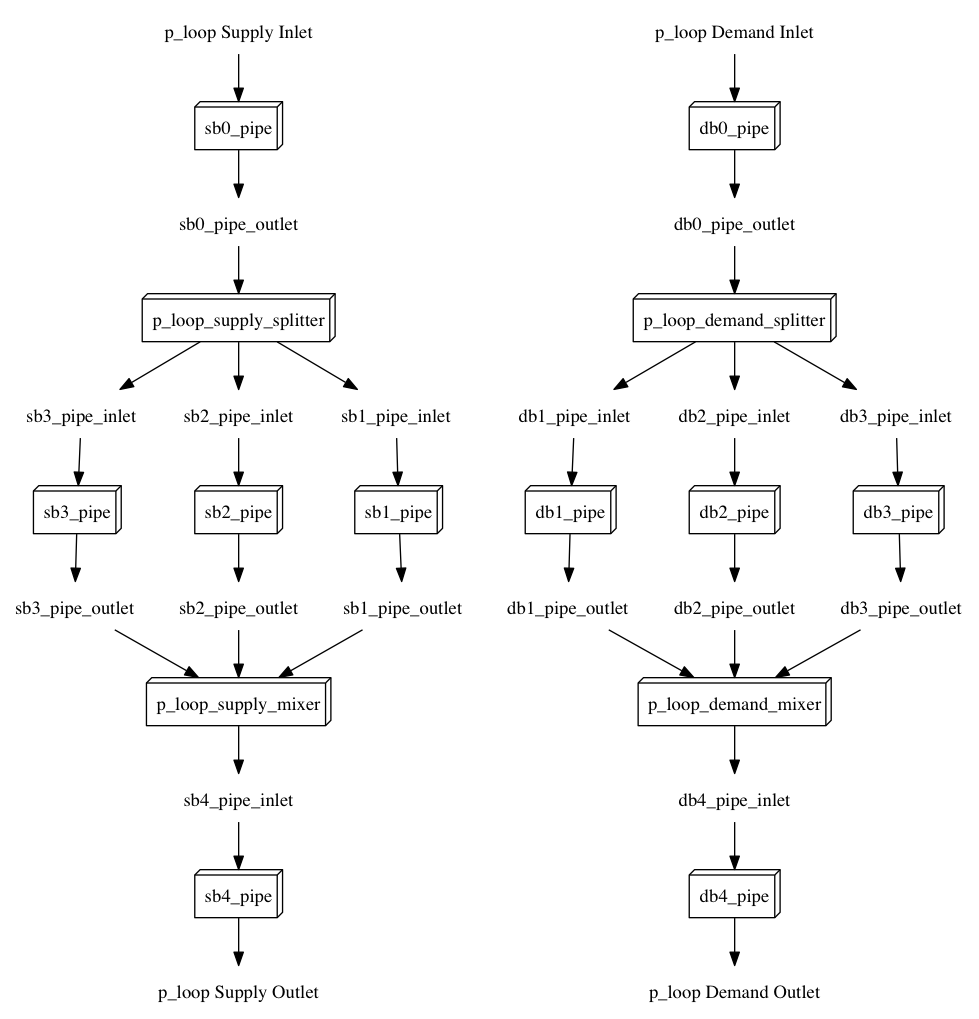
Above: eppy/resources/idffiles/V_7_2/plantloop.png in santoshphilip/eppy (Graphviz), before the change. Its source is kept beside it as eppy/resources/idffiles/V_7_2/plantloop.dot. Its diagram source:
```dot
digraph G {
sb1_pipe [shape=box3d, label=sb1_pipe];
sb3_pipe_outlet [shape=plaintext, label=sb3_pipe_outlet];
sb0_pipe [shape=box3d, label=sb0_pipe];
"p_loop Demand Outlet" [shape=plaintext, label="p_loop Demand Outlet"];
db1_pipe_inlet [shape=plaintext, label=db1_pipe_inlet];
p_loop_supply_splitter [shape=box3d, label=p_loop_supply_splitter];
db2_pipe [shape=box3d, label=db2_pipe];
db0_pipe [shape=box3d, label=db0_pipe];
sb0_pipe_outlet [shape=plaintext, label=sb0_pipe_outlet];
db1_pipe [shape=box3d, label=db1_pipe];
db0_pipe_outlet [shape=plaintext, label=db0_pipe_outlet];
"p_loop Supply Inlet" [shape=plaintext, label="p_loop Supply Inlet"];
sb3_pipe_inlet [shape=plaintext, label=sb3_pipe_inlet];
db1_pipe_outlet [shape=plaintext, label=db1_pipe_outlet];
p_loop_supply_mixer [shape=box3d, label=p_loop_supply_mixer];
db2_pipe_outlet [shape=plaintext, label=db2_pipe_outlet];
p_loop_demand_mixer [shape=box3d, label=p_loop_demand_mixer];
"p_loop Demand Inlet" [shape=plaintext, label="p_loop Demand Inlet"];
sb1_pipe_outlet [shape=plaintext, label=sb1_pipe_outlet];
p_loop_demand_splitter [shape=box3d, label=p_loop_demand_splitter];
sb3_pipe [shape=box3d, label=sb3_pipe];
db2_pipe_inlet [shape=plaintext, label=db2_pipe_inlet];
db4_pipe [shape=box3d, label=db4_pipe];
sb2_pipe [shape=box3d, label=sb2_pipe];
sb4_pipe [shape=box3d, label=sb4_pipe];
db3_pipe_inlet [shape=plaintext, label=db3_pipe_inlet];
"p_loop Supply Outlet" [shape=plaintext, label="p_loop Supply Outlet"];
sb2_pipe_inlet [shape=plaintext, label=sb2_pipe_inlet];
sb4_pipe_inlet [shape=plaintext, label=sb4_pipe_inlet];
sb2_pipe_outlet [shape=plaintext, label=sb2_pipe_outlet];
db4_pipe_inlet [shape=plaintext, label=db4_pipe_inlet];
db3_pipe [shape=box3d, label=db3_pipe];
sb1_pipe_inlet [shape=plaintext, label=sb1_pipe_inlet];
db3_pipe_outlet [shape=plaintext, label=db3_pipe_outlet];
"p_loop Supply Inlet" -> sb0_pipe;
sb0_pipe -> sb0_pipe_outlet;
sb1_pipe_inlet -> sb1_pipe;
sb1_pipe -> sb1_pipe_outlet;
sb2_pipe_inlet -> sb2_pipe;
sb2_pipe -> sb2_pipe_outlet;
sb3_pipe_inlet -> sb3_pipe;
sb3_pipe -> sb3_pipe_outlet;
sb4_pipe_inlet -> sb4_pipe;
sb4_pipe -> "p_loop Supply Outlet";
"p_loop Demand Inlet" -> db0_pipe;
db0_pipe -> db0_pipe_outlet;
db1_pipe_inlet -> db1_pipe;
db1_pipe -> db1_pipe_outlet;
db2_pipe_inlet -> db2_pipe;
db2_pipe -> db2_pipe_outlet;
db3_pipe_inlet -> db3_pipe;
db3_pipe -> db3_pipe_outlet;
db4_pipe_inlet -> db4_pipe;
db4_pipe -> "p_loop Demand Outlet";
sb0_pipe_outlet -> p_loop_supply_splitter;
p_loop_supply_splitter -> sb1_pipe_inlet;
p_loop_supply_splitter -> sb2_pipe_inlet;
p_loop_supply_splitter -> sb3_pipe_inlet;
db0_pipe_outlet -> p_loop_demand_splitter;
p_loop_demand_splitter -> db1_pipe_inlet;
p_loop_demand_splitter -> db2_pipe_inlet;
p_loop_demand_splitter -> db3_pipe_inlet;
p_loop_supply_mixer -> sb4_pipe_inlet;
sb1_pipe_outlet -> p_loop_supply_mixer;
sb2_pipe_outlet -> p_loop_supply_mixer;
sb3_pipe_outlet -> p_loop_supply_mixer;
p_loop_demand_mixer -> db4_pipe_inlet;
db1_pipe_outlet -> p_loop_demand_mixer;
db2_pipe_outlet -> p_loop_demand_mixer;
db3_pipe_outlet -> p_loop_demand_mixer;
}
```
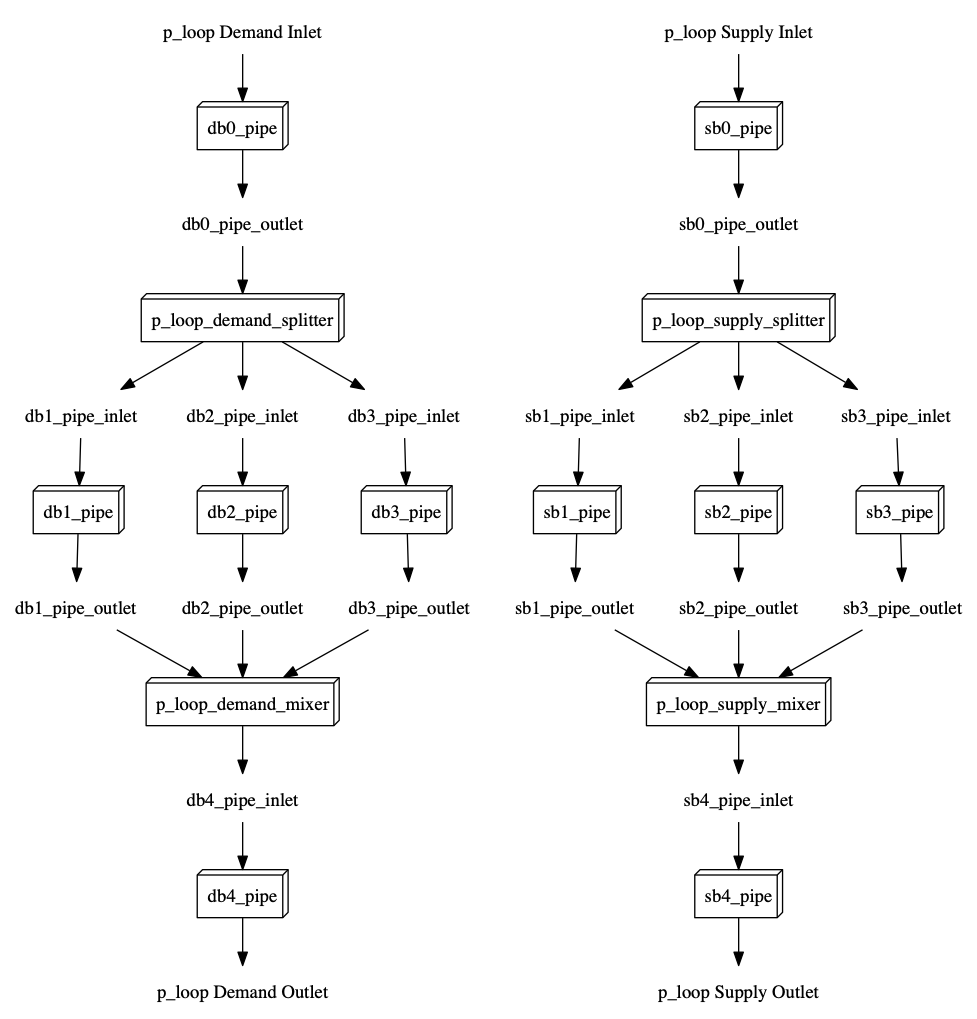
Above is the later version.

What changed in the source:
```diff
@@ -1,38 +1,38 @@
 digraph G {
+db0_pipe_outlet [shape=plaintext, label=db0_pipe_outlet];
+db1_pipe_inlet [shape=plaintext, label=db1_pipe_inlet];
+db1_pipe_outlet [shape=plaintext, label=db1_pipe_outlet];
+db2_pipe_inlet [shape=plaintext, label=db2_pipe_inlet];
+db2_pipe_outlet [shape=plaintext, label=db2_pipe_outlet];
+db3_pipe_inlet [shape=plaintext, label=db3_pipe_inlet];
+db3_pipe_outlet [shape=plaintext, label=db3_pipe_outlet];
+db4_pipe_inlet [shape=plaintext, label=db4_pipe_inlet];
+"p_loop Demand Inlet" [shape=plaintext, label="p_loop Demand Inlet"];
+"p_loop Demand Outlet" [shape=plaintext, label="p_loop Demand Outlet"];
+"p_loop Supply Inlet" [shape=plaintext, label="p_loop Supply Inlet"];
+"p_loop Supply Outlet" [shape=plaintext, label="p_loop Supply Outlet"];
+sb0_pipe_outlet [shape=plaintext, label=sb0_pipe_outlet];
+sb1_pipe_inlet [shape=plaintext, label=sb1_pipe_inlet];
+sb1_pipe_outlet [shape=plaintext, label=sb1_pipe_outlet];
+sb2_pipe_inlet [shape=plaintext, label=sb2_pipe_inlet];
+sb2_pipe_outlet [shape=plaintext, label=sb2_pipe_outlet];
+sb3_pipe_inlet [shape=plaintext, label=sb3_pipe_inlet];
+sb3_pipe_outlet [shape=plaintext, label=sb3_pipe_outlet];
+sb4_pipe_inlet [shape=plaintext, label=sb4_pipe_inlet];
+db0_pipe [shape=box3d, label=db0_pipe];
+db1_pipe [shape=box3d, label=db1_pipe];
+db2_pipe [shape=box3d, label=db2_pipe];
+db3_pipe [shape=box3d, label=db3_pipe];
+db4_pipe [shape=box3d, label=db4_pipe];
+p_loop_supply_splitter [shape=box3d, label=p_loop_supply_splitter];
+p_loop_demand_splitter [shape=box3d, label=p_loop_demand_splitter];
+p_loop_supply_mixer [shape=box3d, label=p_loop_supply_mixer];
+p_loop_demand_mixer [shape=box3d, label=p_loop_demand_mixer];
+sb0_pipe [shape=box3d, label=sb0_pipe];
 sb1_pipe [shape=box3d, label=sb1_pipe];
-sb3_pipe_outlet [shape=plaintext, label=sb3_pipe_outlet];
-sb0_pipe [shape=box3d, label=sb0_pipe];
-"p_loop Demand Outlet" [shape=plaintext, label="p_loop Demand Outlet"];
-db1_pipe_inlet [shape=plaintext, label=db1_pipe_inlet];
-p_loop_supply_splitter [shape=box3d, label=p_loop_supply_splitter];
-db2_pipe [shape=box3d, label=db2_pipe];
-db0_pipe [shape=box3d, label=db0_pipe];
-sb0_pipe_outlet [shape=plaintext, label=sb0_pipe_outlet];
-db1_pipe [shape=box3d, label=db1_pipe];
-db0_pipe_outlet [shape=plaintext, label=db0_pipe_outlet];
-"p_loop Supply Inlet" [shape=plaintext, label="p_loop Supply Inlet"];
-sb3_pipe_inlet [shape=plaintext, label=sb3_pipe_inlet];
-db1_pipe_outlet [shape=plaintext, label=db1_pipe_outlet];
-p_loop_supply_mixer [shape=box3d, label=p_loop_supply_mixer];
-db2_pipe_outlet [shape=plaintext, label=db2_pipe_outlet];
-p_loop_demand_mixer [shape=box3d, label=p_loop_demand_mixer];
-"p_loop Demand Inlet" [shape=plaintext, label="p_loop Demand Inlet"];
-sb1_pipe_outlet [shape=plaintext, label=sb1_pipe_outlet];
-p_loop_demand_splitter [shape=box3d, label=p_loop_demand_splitter];
+sb2_pipe [shape=box3d, label=sb2_pipe];
 sb3_pipe [shape=box3d, label=sb3_pipe];
-db2_pipe_inlet [shape=plaintext, label=db2_pipe_inlet];
-db4_pipe [shape=box3d, label=db4_pipe];
-sb2_pipe [shape=box3d, label=sb2_pipe];
 sb4_pipe [shape=box3d, label=sb4_pipe];
-db3_pipe_inlet [shape=plaintext, label=db3_pipe_inlet];
-"p_loop Supply Outlet" [shape=plaintext, label="p_loop Supply Outlet"];
-sb2_pipe_inlet [shape=plaintext, label=sb2_pipe_inlet];
-sb4_pipe_inlet [shape=plaintext, label=sb4_pipe_inlet];
-sb2_pipe_outlet [shape=plaintext, label=sb2_pipe_outlet];
-db4_pipe_inlet [shape=plaintext, label=db4_pipe_inlet];
-db3_pipe [shape=box3d, label=db3_pipe];
-sb1_pipe_inlet [shape=plaintext, label=sb1_pipe_inlet];
-db3_pipe_outlet [shape=plaintext, label=db3_pipe_outlet];
 "p_loop Supply Inlet" -> sb0_pipe;
 sb0_pipe -> sb0_pipe_outlet;
 sb1_pipe_inlet -> sb1_pipe;
```
